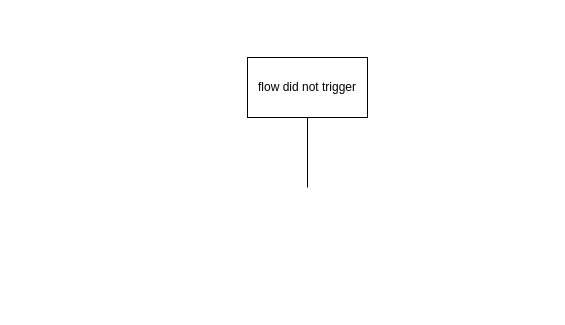
The draw.io diagram Untitled Diagram.drawio in reyesh/FD_common_issues, before the edit. Source tidied: cells renumbered, new cells numbered last; positions are measured from the earlier drawing's top-left corner, leaving out a move shared by most shapes. Both pictures are drawn from the tidied source at 100%, with x=0, y=0 at pixel (247, 57).
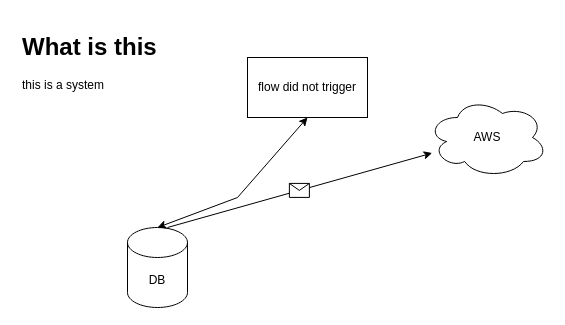
The same page after the edit.

Change to the diagram source:
```diff
@@
 <mxGraphModel>
   <root>
     <mxCell id="0" />
     <mxCell id="1" parent="0" />
     <mxCell id="2" value="flow did not trigger" style="rounded=0;whiteSpace=wrap;html=1;" parent="1" vertex="1">
       <mxGeometry width="120" height="60" as="geometry" />
     </mxCell>
-    <mxCell id="3" style="endArrow=none;html=1;rounded=0;entryX=0.5;entryY=1;entryDx=0;entryDy=0;" parent="1" edge="1" target="2">
-      <mxGeometry relative="1" as="geometry">
-        <mxPoint x="60" y="130" as="sourcePoint" />
-      </mxGeometry>
-    </mxCell>
+    <mxCell id="4" value="DB" style="shape=cylinder3;whiteSpace=wrap;html=1;boundedLbl=1;backgroundOutline=1;size=15;" parent="1" vertex="1">
+      <mxGeometry x="-120" y="170" width="60" height="80" as="geometry" />
+    </mxCell>
+    <mxCell id="5" style="endArrow=classic;startArrow=classic;html=1;rounded=0;entryX=0.5;entryY=1;entryDx=0;entryDy=0;exitX=0.5;exitY=0;exitDx=0;exitDy=0;exitPerimeter=0;" parent="1" edge="1" source="4" target="2">
+      <mxGeometry relative="1" as="geometry">
+        <Array as="points">
+          <mxPoint x="-10" y="140" />
+        </Array>
+      </mxGeometry>
+    </mxCell>
+    <mxCell id="6" value="AWS" style="ellipse;shape=cloud;whiteSpace=wrap;html=1;" parent="1" vertex="1">
+      <mxGeometry x="180" y="40" width="120" height="80" as="geometry" />
+    </mxCell>
+    <mxCell id="7" style="endArrow=classic;html=1;rounded=0;" parent="1" edge="1" target="6">
+      <mxGeometry relative="1" as="geometry">
+        <mxPoint x="-80" y="170" as="sourcePoint" />
+      </mxGeometry>
+    </mxCell>
+    <mxCell id="8" style="shape=message;html=1;" parent="7" vertex="1">
+      <mxGeometry width="20" height="14" relative="1" as="geometry">
+        <mxPoint x="-10" y="-7" as="offset" />
+      </mxGeometry>
+    </mxCell>
+    <mxCell id="9" value="&lt;h1&gt;What is this&lt;/h1&gt;&lt;div&gt;this is a system&lt;/div&gt;" style="text;html=1;strokeColor=none;fillColor=none;spacing=5;spacingTop=-20;whiteSpace=wrap;overflow=hidden;rounded=0;" parent="1" vertex="1">
+      <mxGeometry x="-230" y="-30" width="190" height="120" as="geometry" />
+    </mxCell>
   </root>
 </mxGraphModel>
```
